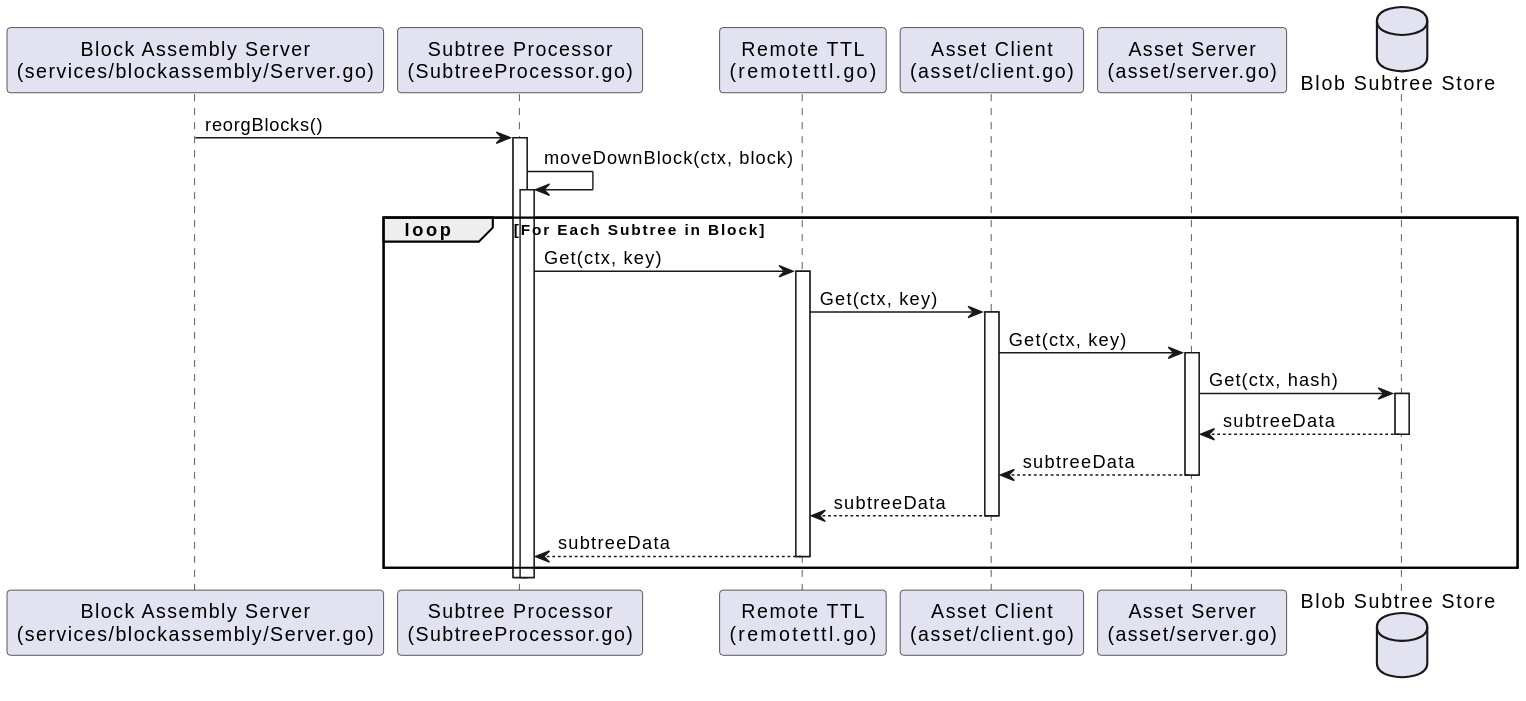
Earlier version of the PlantUML export docs/services/img/plantuml/assetserver/asset_server_grpc_get_subtree.svg (freemans13/teranode). Its source is kept beside it as docs/services/img/plantuml/assetserver/asset_server_grpc_get_subtree.puml. Its diagram source:
```plantuml
@startuml
participant "Block Assembly Server\n(services/blockassembly/Server.go)" as BlockAssemblyServer
participant "Subtree Processor\n(SubtreeProcessor.go)" as SubtreeProcessor
participant "Remote TTL\n(remotettl.go)" as RemoteTTL
participant "Asset Client\n(asset/client.go)" as AssetClient
participant "Asset Server\n(asset/server.go)" as AssetServer
database "Blob Subtree Store" as BlobStore

BlockAssemblyServer -> SubtreeProcessor : reorgBlocks()
activate SubtreeProcessor

SubtreeProcessor -> SubtreeProcessor : moveDownBlock(ctx, block)
activate SubtreeProcessor

loop For Each Subtree in Block

    SubtreeProcessor -> RemoteTTL : Get(ctx, key)
    activate RemoteTTL
    RemoteTTL -> AssetClient : Get(ctx, key)
    activate AssetClient
    AssetClient -> AssetServer : Get(ctx, key)
    activate AssetServer
    AssetServer -> BlobStore : Get(ctx, hash)
    activate BlobStore
    BlobStore --> AssetServer : subtreeData
    deactivate BlobStore
    AssetServer --> AssetClient : subtreeData
    deactivate AssetServer
    AssetClient --> RemoteTTL : subtreeData
    deactivate AssetClient
    RemoteTTL --> SubtreeProcessor : subtreeData
    deactivate RemoteTTL
end

deactivate SubtreeProcessor

deactivate SubtreeProcessor

@enduml
```
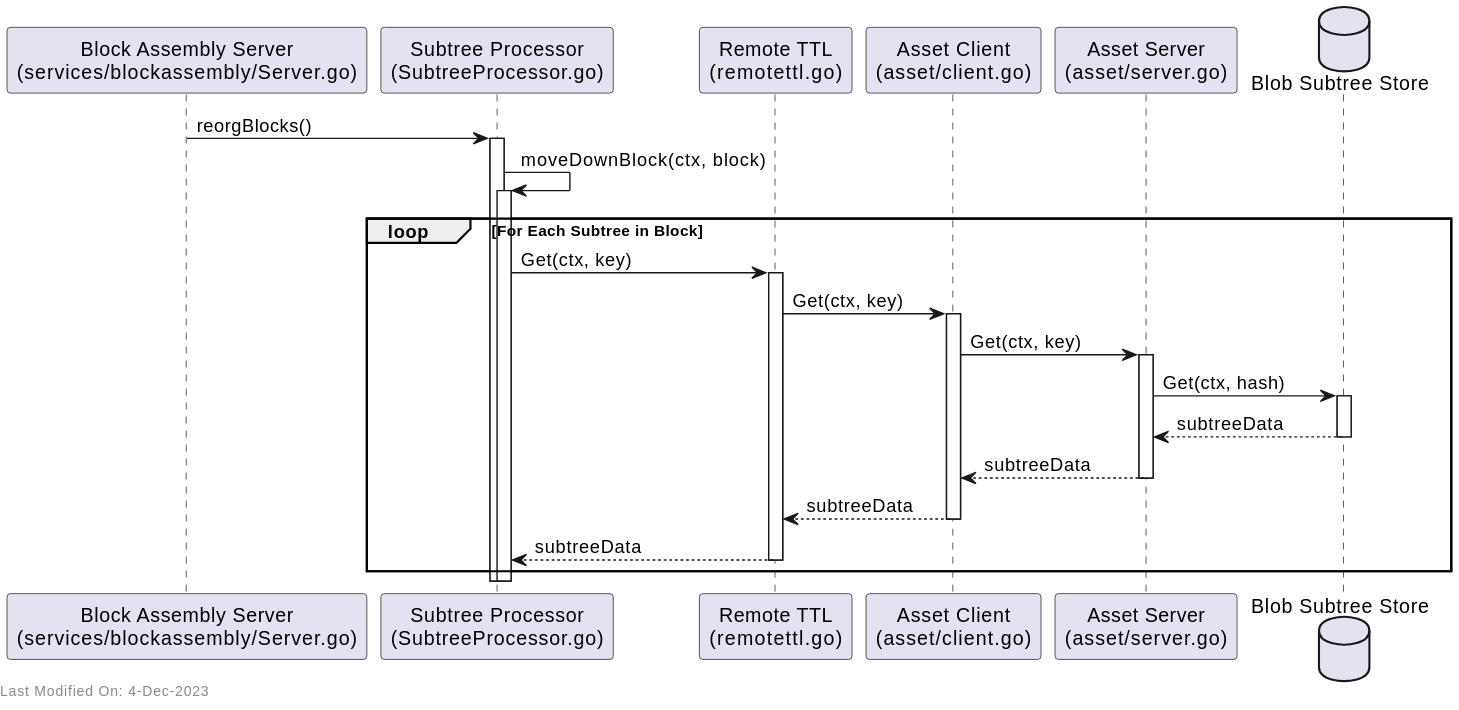
The same file after the commit.

Change to the diagram source:
```diff
@@ -36,4 +36,6 @@
 
 deactivate SubtreeProcessor
 
+left footer Last Modified On: 4-Dec-2023
+
 @enduml
```
